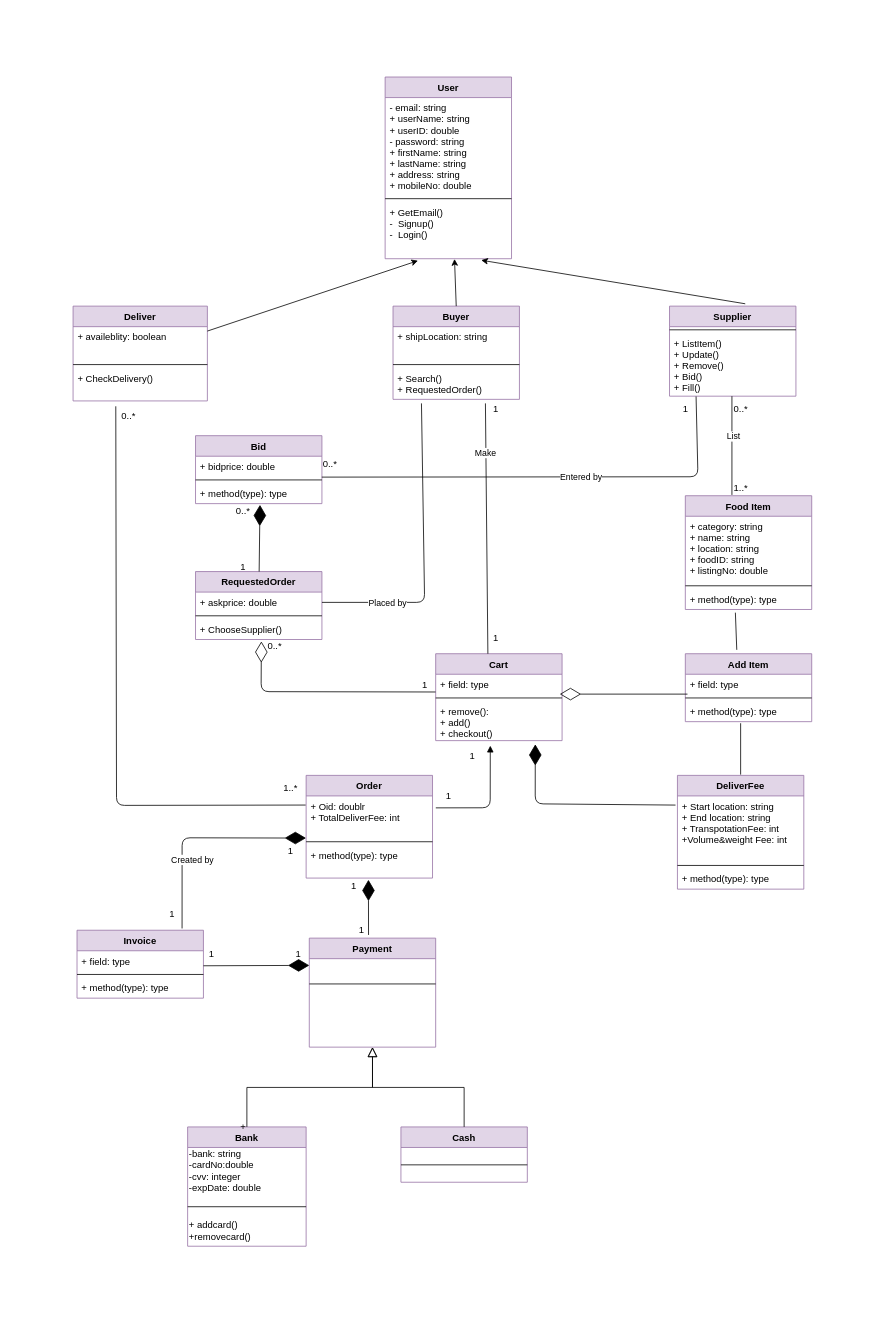
Earlier version of the draw.io diagram .vscode/Untitled Diagram.drawio (Gunasekara98620/clg04). Source tidied: cells renumbered, new cells numbered last; positions are measured from the earlier drawing's top-left corner, leaving out a move shared by most shapes. Both pictures are drawn from the tidied source at 79%, with x=0, y=0 at pixel (73, 77).
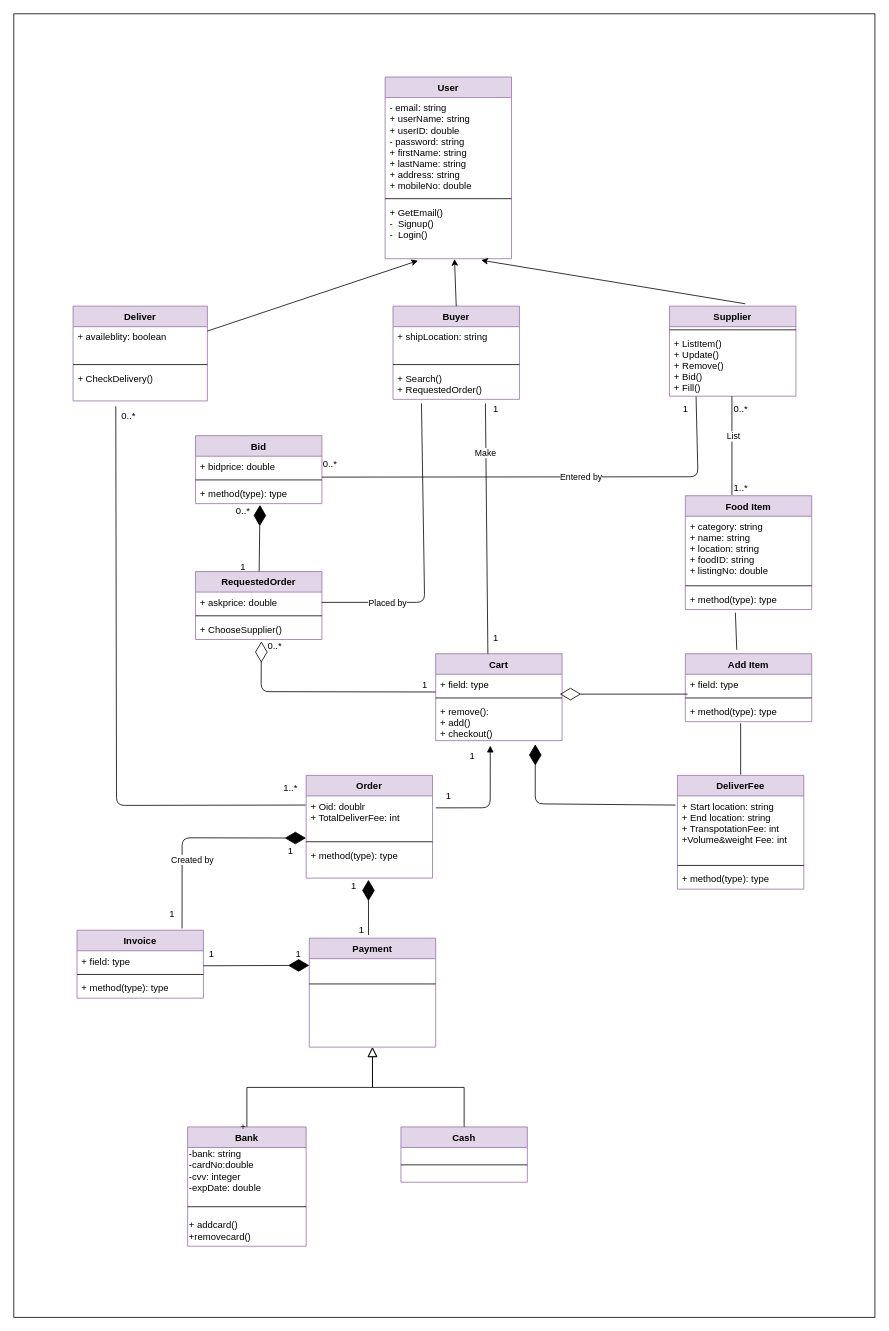
The same diagram, later.

Diff of the diagram source:
```diff
@@
+    <mxCell id="103" style="rounded=0;whiteSpace=wrap;html=1;fillColor=none;" parent="1" vertex="1">
+      <mxGeometry x="-75" y="-80" width="1090" height="1650" as="geometry" />
+    </mxCell>
```
